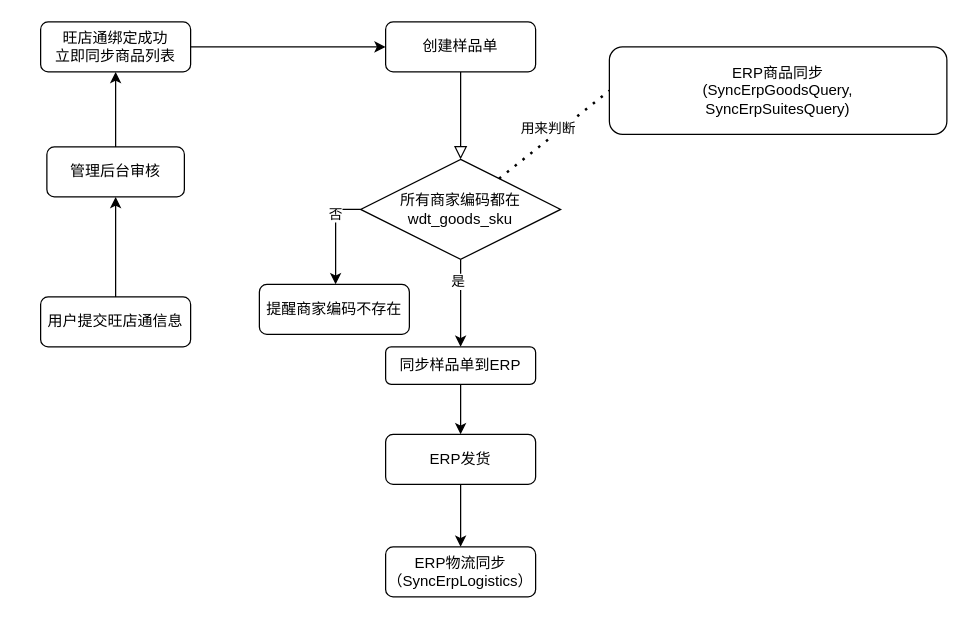
Before: erp/旺店通.drawio in sihaibao/note, a draw.io diagram. Source tidied: cells renumbered, new cells numbered last; positions are measured from the earlier drawing's top-left corner, leaving out a move shared by most shapes. Both pictures are drawn from the tidied source at 125%, with x=0, y=0 at pixel (40, 21).
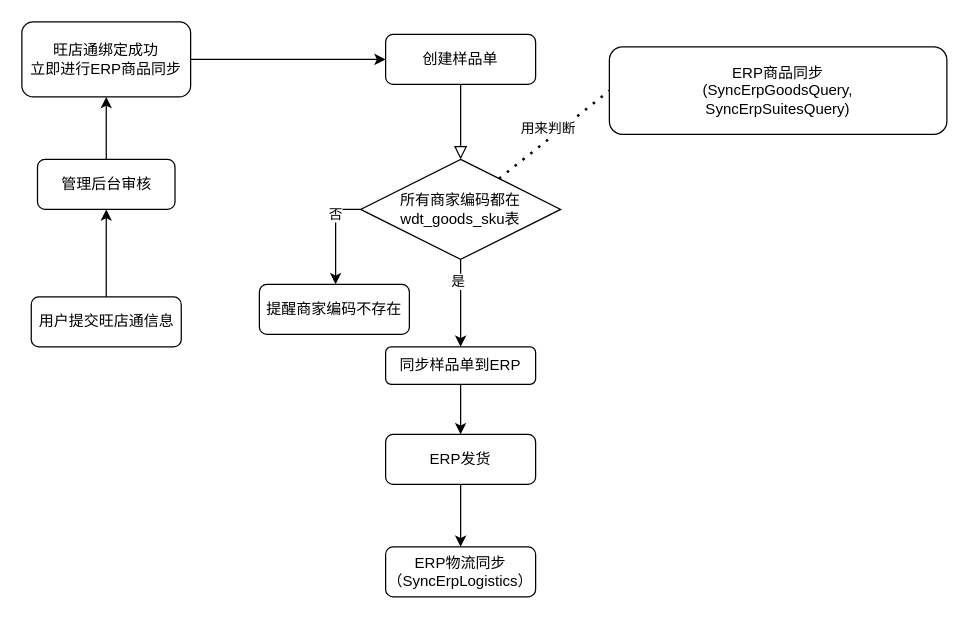
After the change.

Commit message (it also covers changes not shown here):
更新旺店通.drawio

What changed in the source:
```diff
@@
     <mxCell id="3" value="创建样品单" style="rounded=1;whiteSpace=wrap;html=1;fontSize=12;glass=0;strokeWidth=1;shadow=0;" parent="1" vertex="1">
-      <mxGeometry x="276" width="120" height="40" as="geometry" />
+      <mxGeometry x="276" y="10" width="120" height="40" as="geometry" />
     </mxCell>
@@
-    <mxCell id="13" value="所有商家编码都在wdt_goods_sku" style="rhombus;whiteSpace=wrap;html=1;" parent="1" vertex="1">
+    <mxCell id="13" value="所有商家编码都在wdt_goods_sku表" style="rhombus;whiteSpace=wrap;html=1;" parent="1" vertex="1">
       <mxGeometry x="256" y="110" width="160" height="80" as="geometry" />
     </mxCell>
@@
     <mxCell id="19" value="用户提交旺店通信息" style="rounded=1;whiteSpace=wrap;html=1;fontSize=12;glass=0;strokeWidth=1;shadow=0;" parent="1" vertex="1">
-      <mxGeometry y="220" width="120" height="40" as="geometry" />
+      <mxGeometry x="-7.5" y="220" width="120" height="40" as="geometry" />
     </mxCell>
@@
     <mxCell id="21" value="管理后台审核" style="rounded=1;whiteSpace=wrap;html=1;fontSize=12;glass=0;strokeWidth=1;shadow=0;" parent="1" vertex="1">
-      <mxGeometry x="5" y="100" width="110" height="40" as="geometry" />
+      <mxGeometry x="-2.5" y="110" width="110" height="40" as="geometry" />
     </mxCell>
@@
-    <mxCell id="23" value="旺店通绑定成功&lt;br&gt;立即同步商品列表" style="rounded=1;whiteSpace=wrap;html=1;fontSize=12;glass=0;strokeWidth=1;shadow=0;" parent="1" vertex="1">
-      <mxGeometry width="120" height="40" as="geometry" />
+    <mxCell id="23" value="旺店通绑定成功&lt;br&gt;立即进行ERP商品同步" style="rounded=1;whiteSpace=wrap;html=1;fontSize=12;glass=0;strokeWidth=1;shadow=0;" parent="1" vertex="1">
+      <mxGeometry x="-15" width="135" height="60" as="geometry" />
     </mxCell>
```
